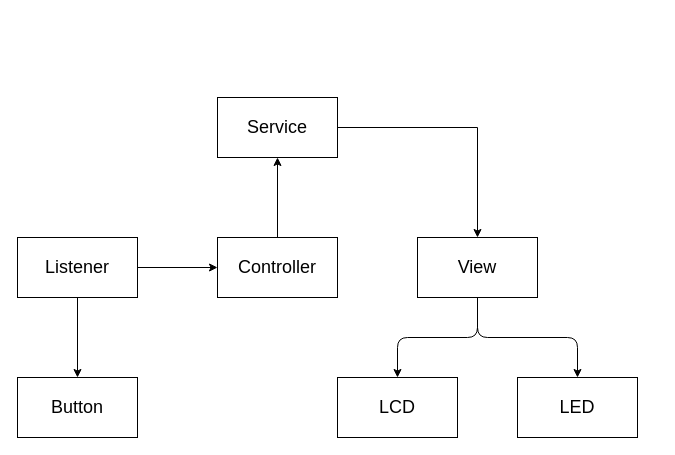
Earlier version of the draw.io diagram page "페이지-1" (1 of 2) of sw_design/architecture.drawio (kingyeonsu/StandLight_clcock). Source tidied: cells renumbered, new cells numbered last; positions are measured from the earlier drawing's top-left corner, leaving out a move shared by most shapes. Both pictures are drawn from the tidied source at 100%, with x=0, y=0 at pixel (17, 97).
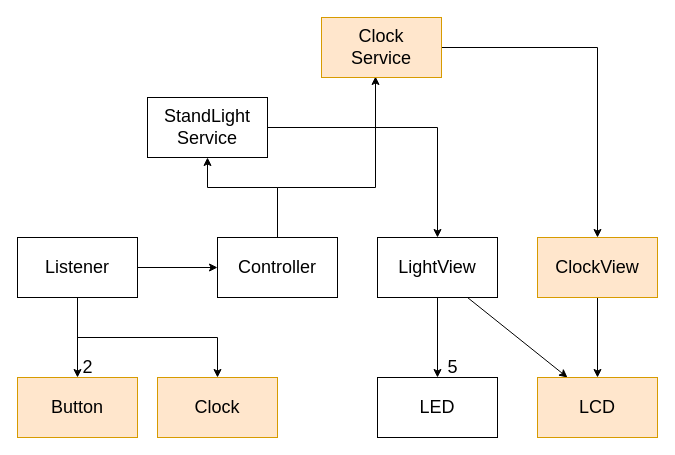
After the change.

Unchanged cells that the change refers to:
```xml
<mxCell id="5" value="Listener" style="whiteSpace=wrap;html=1;fontSize=18;" parent="1" vertex="1">
  <mxGeometry y="140" width="120" height="60" as="geometry" />
</mxCell>
<mxCell id="7" value="Controller" style="whiteSpace=wrap;html=1;fontSize=18;" parent="1" vertex="1">
  <mxGeometry x="200" y="140" width="120" height="60" as="geometry" />
</mxCell>
```

What changed in the source:
```diff
@@
-    <mxCell id="2" value="Button" style="whiteSpace=wrap;html=1;fontSize=18;" parent="1" vertex="1">
+    <mxCell id="2" value="Button" style="whiteSpace=wrap;html=1;fontSize=18;fillColor=#ffe6cc;strokeColor=#d79b00;" parent="1" vertex="1">
       <mxGeometry y="280" width="120" height="60" as="geometry" />
     </mxCell>
@@
+    <mxCell id="15" style="edgeStyle=none;rounded=0;html=1;entryX=0.5;entryY=0;entryDx=0;entryDy=0;fontSize=17;" parent="1" edge="1" source="5" target="24">
+      <mxGeometry relative="1" as="geometry">
+        <Array as="points">
+          <mxPoint x="60" y="240" />
+          <mxPoint x="200" y="240" />
+        </Array>
+      </mxGeometry>
+    </mxCell>
@@
-    <mxCell id="6" style="edgeStyle=none;html=1;fontSize=18;" parent="1" edge="1" source="7" target="13">
-      <mxGeometry relative="1" as="geometry" />
+    <mxCell id="6" style="edgeStyle=none;html=1;fontSize=18;rounded=0;strokeColor=none;" parent="1" edge="1" source="7" target="13">
+      <mxGeometry relative="1" as="geometry">
+        <Array as="points">
+          <mxPoint x="260" y="90" />
+          <mxPoint x="190" y="90" />
+        </Array>
+      </mxGeometry>
     </mxCell>
+    <mxCell id="16" style="edgeStyle=none;html=1;entryX=0.45;entryY=0.983;entryDx=0;entryDy=0;entryPerimeter=0;rounded=0;" parent="1" edge="1" source="7" target="21">
+      <mxGeometry relative="1" as="geometry">
+        <Array as="points">
+          <mxPoint x="260" y="90" />
+          <mxPoint x="358" y="90" />
+        </Array>
+      </mxGeometry>
+    </mxCell>
+    <mxCell id="17" style="edgeStyle=none;rounded=0;html=1;entryX=0.5;entryY=1;entryDx=0;entryDy=0;fontSize=18;strokeColor=default;" parent="1" edge="1" source="7" target="13">
+      <mxGeometry relative="1" as="geometry">
+        <Array as="points">
+          <mxPoint x="260" y="90" />
+          <mxPoint x="190" y="90" />
+        </Array>
+      </mxGeometry>
+    </mxCell>
@@
     <mxCell id="8" style="edgeStyle=none;html=1;fontSize=18;entryX=0.5;entryY=0;entryDx=0;entryDy=0;" parent="1" edge="1" source="10" target="11">
-      <mxGeometry relative="1" as="geometry">
-        <Array as="points">
-          <mxPoint x="460" y="240" />
-          <mxPoint x="560" y="240" />
-        </Array>
-      </mxGeometry>
+      <mxGeometry relative="1" as="geometry" />
     </mxCell>
-    <mxCell id="9" style="edgeStyle=none;html=1;entryX=0.5;entryY=0;entryDx=0;entryDy=0;" parent="1" edge="1" source="10" target="14">
-      <mxGeometry relative="1" as="geometry">
-        <Array as="points">
-          <mxPoint x="460" y="240" />
-          <mxPoint x="380" y="240" />
-        </Array>
-      </mxGeometry>
+    <mxCell id="9" style="edgeStyle=none;html=1;entryX=0.25;entryY=0;entryDx=0;entryDy=0;exitX=0.75;exitY=1;exitDx=0;exitDy=0;" parent="1" edge="1" source="10" target="14">
+      <mxGeometry relative="1" as="geometry" />
     </mxCell>
-    <mxCell id="10" value="View" style="whiteSpace=wrap;html=1;fontSize=18;" parent="1" vertex="1">
-      <mxGeometry x="400" y="140" width="120" height="60" as="geometry" />
+    <mxCell id="10" value="LightView" style="whiteSpace=wrap;html=1;fontSize=18;" parent="1" vertex="1">
+      <mxGeometry x="360" y="140" width="120" height="60" as="geometry" />
     </mxCell>
     <mxCell id="11" value="LED" style="whiteSpace=wrap;html=1;fontSize=18;" parent="1" vertex="1">
-      <mxGeometry x="500" y="280" width="120" height="60" as="geometry" />
+      <mxGeometry x="360" y="280" width="120" height="60" as="geometry" />
     </mxCell>
@@
-    <mxCell id="13" value="Service" style="whiteSpace=wrap;html=1;fontSize=18;" parent="1" vertex="1">
-      <mxGeometry x="200" width="120" height="60" as="geometry" />
+    <mxCell id="13" value="StandLight&lt;br&gt;Service" style="whiteSpace=wrap;html=1;fontSize=18;" parent="1" vertex="1">
+      <mxGeometry x="130" width="120" height="60" as="geometry" />
     </mxCell>
-    <mxCell id="14" value="LCD" style="whiteSpace=wrap;html=1;fontSize=18;" parent="1" vertex="1">
-      <mxGeometry x="320" y="280" width="120" height="60" as="geometry" />
+    <mxCell id="14" value="LCD" style="whiteSpace=wrap;html=1;fontSize=18;fillColor=#ffe6cc;strokeColor=#d79b00;" parent="1" vertex="1">
+      <mxGeometry x="520" y="280" width="120" height="60" as="geometry" />
     </mxCell>
+    <mxCell id="18" value="2" style="text;html=1;align=center;verticalAlign=middle;fillColor=none;strokeColor=none;rounded=0;strokeWidth=3;shadow=1;fontSize=18;" parent="1" vertex="1">
+      <mxGeometry x="55" y="255" width="30" height="30" as="geometry" />
+    </mxCell>
+    <mxCell id="19" value="5" style="text;html=1;align=center;verticalAlign=middle;fillColor=none;strokeColor=none;rounded=0;fontSize=18;" parent="1" vertex="1">
+      <mxGeometry x="420" y="255" width="30" height="30" as="geometry" />
+    </mxCell>
+    <mxCell id="20" style="edgeStyle=none;html=1;entryX=0.5;entryY=0;entryDx=0;entryDy=0;rounded=0;" parent="1" edge="1" source="21" target="23">
+      <mxGeometry relative="1" as="geometry">
+        <Array as="points">
+          <mxPoint x="580" y="-50" />
+        </Array>
+      </mxGeometry>
+    </mxCell>
+    <mxCell id="21" value="Clock&lt;br&gt;Service" style="whiteSpace=wrap;html=1;fontSize=18;fillColor=#ffe6cc;strokeColor=#d79b00;" parent="1" vertex="1">
+      <mxGeometry x="304" y="-80" width="120" height="60" as="geometry" />
+    </mxCell>
+    <mxCell id="22" style="edgeStyle=none;html=1;entryX=0.5;entryY=0;entryDx=0;entryDy=0;" parent="1" edge="1" source="23" target="14">
+      <mxGeometry relative="1" as="geometry" />
+    </mxCell>
+    <mxCell id="23" value="ClockView" style="whiteSpace=wrap;html=1;fontSize=18;fillColor=#ffe6cc;strokeColor=#d79b00;" parent="1" vertex="1">
+      <mxGeometry x="520" y="140" width="120" height="60" as="geometry" />
+    </mxCell>
+    <mxCell id="24" value="Clock" style="whiteSpace=wrap;html=1;fontSize=18;fillColor=#ffe6cc;strokeColor=#d79b00;" parent="1" vertex="1">
+      <mxGeometry x="140" y="280" width="120" height="60" as="geometry" />
+    </mxCell>
```
